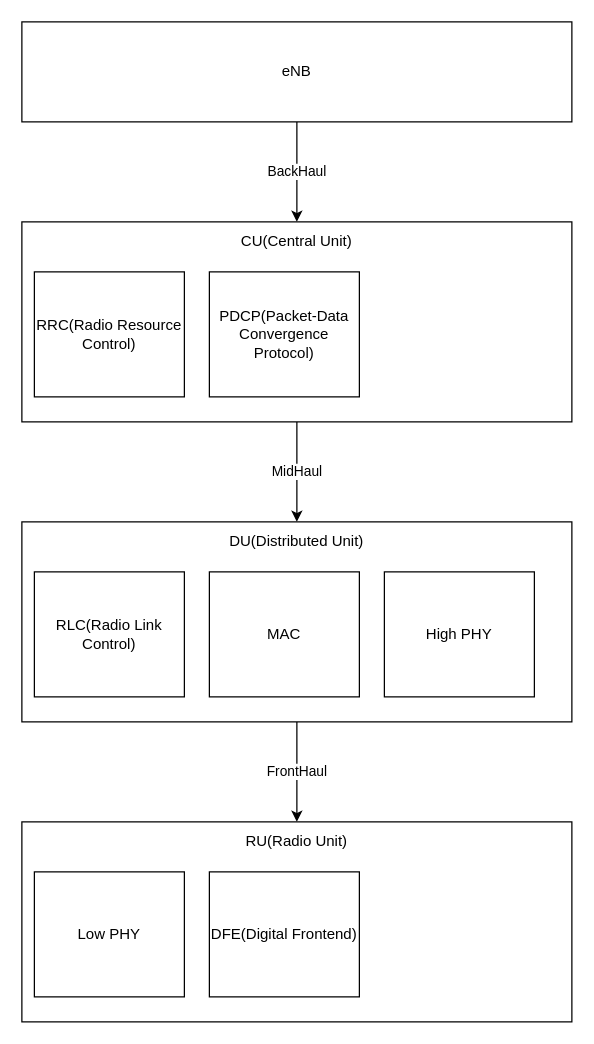
Danny-Kwon/draw keeps this draw.io diagram as oran.drawio. Above is the earlier version. Source tidied: cells renumbered, new cells numbered last; positions are measured from the earlier drawing's top-left corner, leaving out a move shared by most shapes. Both pictures are drawn from the tidied source at 125%, with x=0, y=0 at pixel (21, 21).
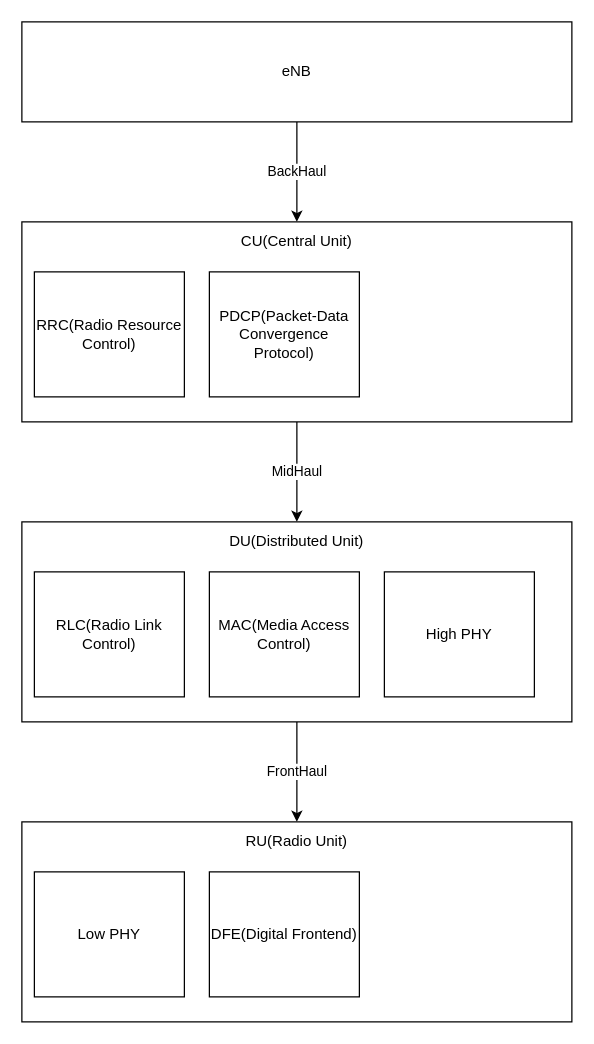
After the change.

What changed in the source:
```diff
@@
 <mxGraphModel>
   <root>
     <mxCell id="0" />
     <mxCell id="1" parent="0" />
     <mxCell id="2" value="BackHaul" style="edgeStyle=orthogonalEdgeStyle;rounded=0;jettySize=auto;html=1;" parent="1" edge="1" source="3" target="5">
       <mxGeometry relative="1" as="geometry" />
     </mxCell>
     <mxCell id="3" value="eNB" style="whiteSpace=wrap;html=1;" parent="1" vertex="1">
       <mxGeometry width="440" height="80" as="geometry" />
     </mxCell>
     <mxCell id="4" value="MidHaul" style="edgeStyle=orthogonalEdgeStyle;rounded=0;jettySize=auto;html=1;" parent="1" edge="1" source="5" target="9">
       <mxGeometry relative="1" as="geometry" />
     </mxCell>
     <mxCell id="5" value="CU(Central Unit)&lt;div&gt;&lt;br&gt;&lt;/div&gt;&lt;div&gt;&lt;br&gt;&lt;/div&gt;&lt;div&gt;&lt;br&gt;&lt;/div&gt;&lt;div&gt;&lt;br&gt;&lt;/div&gt;&lt;div&gt;&lt;br&gt;&lt;/div&gt;&lt;div&gt;&lt;br&gt;&lt;/div&gt;&lt;div&gt;&lt;br&gt;&lt;/div&gt;&lt;div&gt;&lt;br&gt;&lt;/div&gt;&lt;div&gt;&lt;br&gt;&lt;/div&gt;" style="whiteSpace=wrap;html=1;" parent="1" vertex="1">
       <mxGeometry y="160" width="440" height="160" as="geometry" />
     </mxCell>
     <mxCell id="6" value="PDCP(Packet-Data Convergence Protocol)" style="whiteSpace=wrap;html=1;" parent="1" vertex="1">
       <mxGeometry x="150" y="200" width="120" height="100" as="geometry" />
     </mxCell>
     <mxCell id="7" value="RRC(Radio Resource Control)" style="whiteSpace=wrap;html=1;" parent="1" vertex="1">
       <mxGeometry x="10" y="200" width="120" height="100" as="geometry" />
     </mxCell>
     <mxCell id="8" value="FrontHaul" style="edgeStyle=orthogonalEdgeStyle;rounded=0;jettySize=auto;html=1;" parent="1" edge="1" source="9" target="12">
       <mxGeometry relative="1" as="geometry" />
     </mxCell>
     <mxCell id="9" value="DU(Distributed Unit)&lt;div&gt;&lt;br&gt;&lt;/div&gt;&lt;div&gt;&lt;br&gt;&lt;/div&gt;&lt;div&gt;&lt;br&gt;&lt;/div&gt;&lt;div&gt;&lt;br&gt;&lt;/div&gt;&lt;div&gt;&lt;br&gt;&lt;/div&gt;&lt;div&gt;&lt;br&gt;&lt;/div&gt;&lt;div&gt;&lt;br&gt;&lt;/div&gt;&lt;div&gt;&lt;br&gt;&lt;/div&gt;&lt;div&gt;&lt;br&gt;&lt;/div&gt;" style="whiteSpace=wrap;html=1;" parent="1" vertex="1">
       <mxGeometry y="400" width="440" height="160" as="geometry" />
     </mxCell>
-    <mxCell id="10" value="MAC" style="whiteSpace=wrap;html=1;" parent="1" vertex="1">
+    <mxCell id="10" value="MAC(Media Access Control)" style="whiteSpace=wrap;html=1;" parent="1" vertex="1">
       <mxGeometry x="150" y="440" width="120" height="100" as="geometry" />
     </mxCell>
     <mxCell id="11" value="High PHY" style="whiteSpace=wrap;html=1;" parent="1" vertex="1">
       <mxGeometry x="290" y="440" width="120" height="100" as="geometry" />
     </mxCell>
     <mxCell id="12" value="RU(Radio Unit)&lt;div&gt;&lt;br&gt;&lt;/div&gt;&lt;div&gt;&lt;br&gt;&lt;/div&gt;&lt;div&gt;&lt;br&gt;&lt;/div&gt;&lt;div&gt;&lt;br&gt;&lt;/div&gt;&lt;div&gt;&lt;br&gt;&lt;/div&gt;&lt;div&gt;&lt;br&gt;&lt;/div&gt;&lt;div&gt;&lt;br&gt;&lt;/div&gt;&lt;div&gt;&lt;br&gt;&lt;/div&gt;&lt;div&gt;&lt;br&gt;&lt;/div&gt;" style="whiteSpace=wrap;html=1;" parent="1" vertex="1">
       <mxGeometry y="640" width="440" height="160" as="geometry" />
     </mxCell>
     <mxCell id="13" value="Low PHY" style="whiteSpace=wrap;html=1;" parent="1" vertex="1">
       <mxGeometry x="10" y="680" width="120" height="100" as="geometry" />
     </mxCell>
     <mxCell id="14" value="DFE(Digital Frontend)" style="whiteSpace=wrap;html=1;" parent="1" vertex="1">
       <mxGeometry x="150" y="680" width="120" height="100" as="geometry" />
     </mxCell>
     <mxCell id="15" value="RLC(Radio Link Control)" style="whiteSpace=wrap;html=1;" parent="1" vertex="1">
       <mxGeometry x="10" y="440" width="120" height="100" as="geometry" />
     </mxCell>
   </root>
 </mxGraphModel>
```
